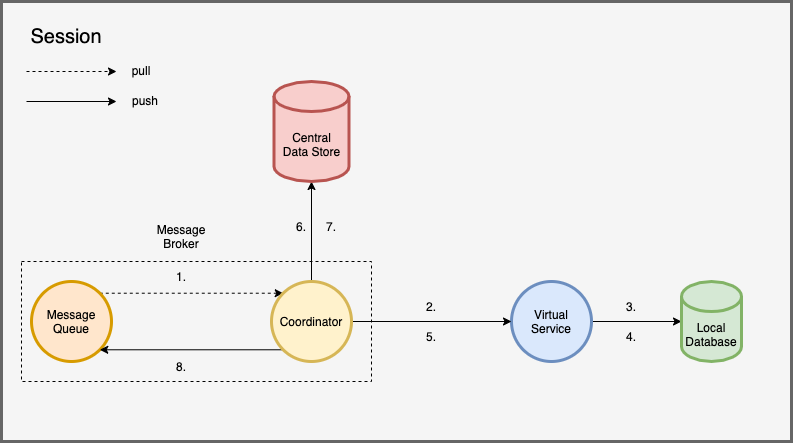
ccchrunik/hierasaga keeps this draw.io diagram as img/diagram-commit.drawio.png. Above is the earlier version. Source tidied: cells renumbered, new cells last; positions are measured from the earlier drawing's top-left corner, leaving out a move shared by most shapes.
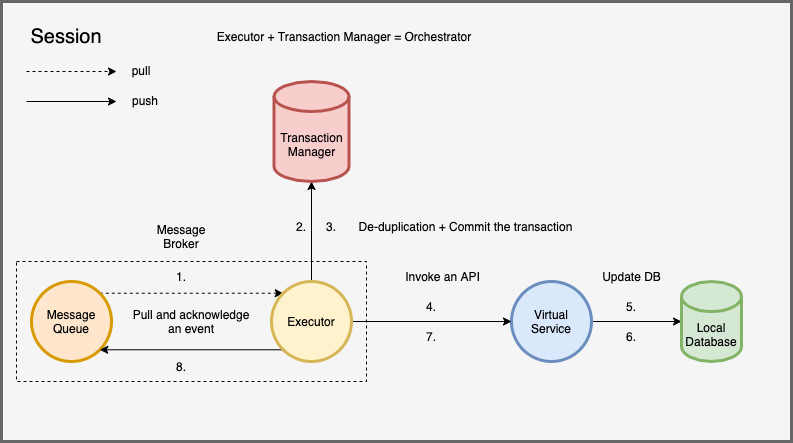
After the change.

The edit, as a diff of the source:
```diff
@@ -1,93 +1,108 @@
 <mxGraphModel>
   <root>
-    <mxCell id="0" />
-    <mxCell id="1" parent="0" />
+    <mxCell id="29" />
+    <mxCell id="30" parent="29" />
-    <mxCell id="2" style="rounded=0;whiteSpace=wrap;html=1;strokeWidth=3;fillColor=#f5f5f5;strokeColor=#666666;fontColor=#333333;" parent="1" vertex="1">
+    <mxCell id="2" style="rounded=0;whiteSpace=wrap;html=1;strokeWidth=3;fillColor=#f5f5f5;strokeColor=#666666;fontColor=#333333;" parent="30" vertex="1">
       <mxGeometry width="790" height="440" as="geometry" />
     </mxCell>
-    <mxCell id="3" style="edgeStyle=none;rounded=0;jettySize=auto;html=1;exitX=1;exitY=0;exitDx=0;exitDy=0;entryX=0;entryY=0;entryDx=0;entryDy=0;startArrow=none;startFill=0;dashed=1;" parent="1" edge="1" source="4" target="10">
-      <mxGeometry relative="1" as="geometry" />
-    </mxCell>
+    <mxCell id="31" style="edgeStyle=none;rounded=0;jettySize=auto;html=1;exitX=1;exitY=0;exitDx=0;exitDy=0;entryX=0;entryY=0;entryDx=0;entryDy=0;startArrow=none;startFill=0;dashed=1;" parent="30" edge="1" source="4" target="35">
+      <mxGeometry relative="1" as="geometry" />
+    </mxCell>
-    <mxCell id="4" value="Message&lt;br&gt;Queue" style="ellipse;whiteSpace=wrap;html=1;strokeWidth=3;fillColor=#ffe6cc;strokeColor=#d79b00;" parent="1" vertex="1">
+    <mxCell id="4" value="Message&lt;br&gt;Queue" style="ellipse;whiteSpace=wrap;html=1;strokeWidth=3;fillColor=#ffe6cc;strokeColor=#d79b00;" parent="30" vertex="1">
       <mxGeometry x="30" y="280" width="80" height="80" as="geometry" />
     </mxCell>
-    <mxCell id="5" style="edgeStyle=none;rounded=0;jettySize=auto;html=1;exitX=1;exitY=0.5;exitDx=0;exitDy=0;entryX=0;entryY=0.5;entryDx=0;entryDy=0;entryPerimeter=0;startArrow=none;startFill=0;" parent="1" edge="1" source="6" target="12">
+    <mxCell id="5" style="edgeStyle=none;rounded=0;jettySize=auto;html=1;exitX=1;exitY=0.5;exitDx=0;exitDy=0;entryX=0;entryY=0.5;entryDx=0;entryDy=0;entryPerimeter=0;startArrow=none;startFill=0;" parent="30" edge="1" source="6" target="12">
       <mxGeometry relative="1" as="geometry" />
     </mxCell>
-    <mxCell id="6" value="Virtual&lt;br&gt;Service" style="ellipse;whiteSpace=wrap;html=1;strokeWidth=3;fillColor=#dae8fc;strokeColor=#6c8ebf;" parent="1" vertex="1">
+    <mxCell id="6" value="Virtual&lt;br&gt;Service" style="ellipse;whiteSpace=wrap;html=1;strokeWidth=3;fillColor=#dae8fc;strokeColor=#6c8ebf;" parent="30" vertex="1">
       <mxGeometry x="510" y="280" width="80" height="80" as="geometry" />
     </mxCell>
-    <mxCell id="7" style="edgeStyle=none;rounded=0;jettySize=auto;html=1;exitX=0.5;exitY=0;exitDx=0;exitDy=0;entryX=0.5;entryY=1;entryDx=0;entryDy=0;entryPerimeter=0;startArrow=none;startFill=0;" parent="1" edge="1" source="10" target="11">
-      <mxGeometry relative="1" as="geometry" />
-    </mxCell>
-    <mxCell id="8" style="edgeStyle=none;rounded=0;jettySize=auto;html=1;exitX=1;exitY=0.5;exitDx=0;exitDy=0;entryX=0;entryY=0.5;entryDx=0;entryDy=0;startArrow=none;startFill=0;" parent="1" edge="1" source="10" target="6">
-      <mxGeometry relative="1" as="geometry" />
-    </mxCell>
-    <mxCell id="9" style="edgeStyle=none;rounded=0;jettySize=auto;html=1;exitX=0;exitY=1;exitDx=0;exitDy=0;entryX=1;entryY=1;entryDx=0;entryDy=0;startArrow=none;startFill=0;" parent="1" edge="1" source="10" target="4">
-      <mxGeometry relative="1" as="geometry" />
-    </mxCell>
-    <mxCell id="10" value="Coordinator" style="ellipse;whiteSpace=wrap;html=1;strokeWidth=3;fillColor=#fff2cc;strokeColor=#d6b656;" parent="1" vertex="1">
-      <mxGeometry x="270" y="280" width="80" height="80" as="geometry" />
-    </mxCell>
-    <mxCell id="11" value="Central&lt;br&gt;Data Store" style="shape=cylinder3;whiteSpace=wrap;html=1;boundedLbl=1;backgroundOutline=1;size=15;strokeWidth=3;fillColor=#f8cecc;strokeColor=#b85450;" parent="1" vertex="1">
-      <mxGeometry x="272.5" y="80" width="75" height="100" as="geometry" />
-    </mxCell>
+    <mxCell id="32" style="edgeStyle=none;rounded=0;jettySize=auto;html=1;exitX=0.5;exitY=0;exitDx=0;exitDy=0;entryX=0.5;entryY=1;entryDx=0;entryDy=0;entryPerimeter=0;startArrow=none;startFill=0;" parent="30" edge="1" source="35" target="36">
+      <mxGeometry relative="1" as="geometry" />
+    </mxCell>
+    <mxCell id="33" style="edgeStyle=none;rounded=0;jettySize=auto;html=1;exitX=1;exitY=0.5;exitDx=0;exitDy=0;entryX=0;entryY=0.5;entryDx=0;entryDy=0;startArrow=none;startFill=0;" parent="30" edge="1" source="35" target="6">
+      <mxGeometry relative="1" as="geometry" />
+    </mxCell>
+    <mxCell id="34" style="edgeStyle=none;rounded=0;jettySize=auto;html=1;exitX=0;exitY=1;exitDx=0;exitDy=0;entryX=1;entryY=1;entryDx=0;entryDy=0;startArrow=none;startFill=0;" parent="30" edge="1" source="35" target="4">
+      <mxGeometry relative="1" as="geometry" />
+    </mxCell>
+    <mxCell id="35" value="Executor" style="ellipse;whiteSpace=wrap;html=1;strokeWidth=3;fillColor=#fff2cc;strokeColor=#d6b656;" parent="30" vertex="1">
+      <mxGeometry x="270" y="280" width="80" height="80" as="geometry" />
+    </mxCell>
+    <mxCell id="36" value="Transaction&lt;br&gt;Manager" style="shape=cylinder3;whiteSpace=wrap;html=1;boundedLbl=1;backgroundOutline=1;size=15;strokeWidth=3;fillColor=#f8cecc;strokeColor=#b85450;" parent="30" vertex="1">
+      <mxGeometry x="272.5" y="80" width="75" height="100" as="geometry" />
+    </mxCell>
-    <mxCell id="12" value="Local&lt;br&gt;Database" style="shape=cylinder3;whiteSpace=wrap;html=1;boundedLbl=1;backgroundOutline=1;size=15;strokeWidth=3;fillColor=#d5e8d4;strokeColor=#82b366;" parent="1" vertex="1">
+    <mxCell id="12" value="Local&lt;br&gt;Database" style="shape=cylinder3;whiteSpace=wrap;html=1;boundedLbl=1;backgroundOutline=1;size=15;strokeWidth=3;fillColor=#d5e8d4;strokeColor=#82b366;" parent="30" vertex="1">
       <mxGeometry x="680" y="280" width="60" height="80" as="geometry" />
     </mxCell>
-    <mxCell id="13" value="&lt;font style=&quot;font-size: 20px&quot;&gt;Session&lt;/font&gt;" style="text;html=1;strokeColor=none;fillColor=none;align=center;verticalAlign=middle;whiteSpace=wrap;rounded=0;" parent="1" vertex="1">
+    <mxCell id="13" value="&lt;font style=&quot;font-size: 20px&quot;&gt;Session&lt;/font&gt;" style="text;html=1;strokeColor=none;fillColor=none;align=center;verticalAlign=middle;whiteSpace=wrap;rounded=0;" parent="30" vertex="1">
       <mxGeometry x="20" y="20" width="90" height="30" as="geometry" />
     </mxCell>
-    <mxCell id="14" value="1." style="text;html=1;strokeColor=none;fillColor=none;align=center;verticalAlign=middle;whiteSpace=wrap;rounded=0;" parent="1" vertex="1">
+    <mxCell id="14" value="1." style="text;html=1;strokeColor=none;fillColor=none;align=center;verticalAlign=middle;whiteSpace=wrap;rounded=0;" parent="30" vertex="1">
       <mxGeometry x="150" y="260" width="60" height="30" as="geometry" />
     </mxCell>
-    <mxCell id="15" value="6." style="text;html=1;strokeColor=none;fillColor=none;align=center;verticalAlign=middle;whiteSpace=wrap;rounded=0;" parent="1" vertex="1">
-      <mxGeometry x="270" y="210" width="60" height="30" as="geometry" />
-    </mxCell>
+    <mxCell id="21" value="2." style="text;html=1;strokeColor=none;fillColor=none;align=center;verticalAlign=middle;whiteSpace=wrap;rounded=0;" parent="30" vertex="1">
+      <mxGeometry x="270" y="210" width="60" height="30" as="geometry" />
+    </mxCell>
-    <mxCell id="16" style="group;" parent="1" vertex="1">
+    <mxCell id="16" style="group;" parent="30" vertex="1">
       <mxGeometry x="25" y="54" width="159" height="60" as="geometry" />
     </mxCell>
-    <mxCell id="17" style="edgeStyle=none;rounded=0;orthogonalLoop=1;jettySize=auto;html=1;entryX=0;entryY=0.5;entryDx=0;entryDy=0;dashed=1;startArrow=none;startFill=0;" parent="16" edge="1">
-      <mxGeometry as="geometry">
-        <mxPoint y="16" as="sourcePoint" />
-        <mxPoint x="90" y="16" as="targetPoint" />
-      </mxGeometry>
-    </mxCell>
-    <mxCell id="18" style="edgeStyle=none;rounded=0;orthogonalLoop=1;jettySize=auto;html=1;entryX=0;entryY=0.5;entryDx=0;entryDy=0;startArrow=none;startFill=0;" parent="16" edge="1">
-      <mxGeometry as="geometry">
-        <mxPoint y="46" as="sourcePoint" />
-        <mxPoint x="90" y="46" as="targetPoint" />
-      </mxGeometry>
-    </mxCell>
+    <mxCell id="37" style="edgeStyle=none;rounded=0;orthogonalLoop=1;jettySize=auto;html=1;entryX=0;entryY=0.5;entryDx=0;entryDy=0;dashed=1;startArrow=none;startFill=0;" parent="16" edge="1">
+      <mxGeometry as="geometry">
+        <mxPoint y="16" as="sourcePoint" />
+        <mxPoint x="90" y="16" as="targetPoint" />
+      </mxGeometry>
+    </mxCell>
+    <mxCell id="38" style="edgeStyle=none;rounded=0;orthogonalLoop=1;jettySize=auto;html=1;entryX=0;entryY=0.5;entryDx=0;entryDy=0;startArrow=none;startFill=0;" parent="16" edge="1">
+      <mxGeometry as="geometry">
+        <mxPoint y="46" as="sourcePoint" />
+        <mxPoint x="90" y="46" as="targetPoint" />
+      </mxGeometry>
+    </mxCell>
     <mxCell id="19" value="pull" style="text;html=1;strokeColor=none;fillColor=none;align=center;verticalAlign=middle;whiteSpace=wrap;rounded=0;" parent="16" vertex="1">
       <mxGeometry x="75" width="80" height="30" as="geometry" />
     </mxCell>
     <mxCell id="20" value="push" style="text;html=1;strokeColor=none;fillColor=none;align=center;verticalAlign=middle;whiteSpace=wrap;rounded=0;" parent="16" vertex="1">
       <mxGeometry x="79" y="30" width="80" height="30" as="geometry" />
     </mxCell>
-    <mxCell id="21" value="2." style="text;html=1;strokeColor=none;fillColor=none;align=center;verticalAlign=middle;whiteSpace=wrap;rounded=0;" parent="1" vertex="1">
-      <mxGeometry x="400" y="290" width="60" height="30" as="geometry" />
-    </mxCell>
-    <mxCell id="22" value="3." style="text;html=1;strokeColor=none;fillColor=none;align=center;verticalAlign=middle;whiteSpace=wrap;rounded=0;" parent="1" vertex="1">
-      <mxGeometry x="600" y="290" width="60" height="30" as="geometry" />
-    </mxCell>
+    <mxCell id="28" value="4." style="text;html=1;strokeColor=none;fillColor=none;align=center;verticalAlign=middle;whiteSpace=wrap;rounded=0;" parent="30" vertex="1">
+      <mxGeometry x="400" y="290" width="60" height="30" as="geometry" />
+    </mxCell>
-    <mxCell id="23" value="5." style="text;html=1;strokeColor=none;fillColor=none;align=center;verticalAlign=middle;whiteSpace=wrap;rounded=0;" parent="1" vertex="1">
-      <mxGeometry x="400" y="320" width="60" height="30" as="geometry" />
+    <mxCell id="23" value="5." style="text;html=1;strokeColor=none;fillColor=none;align=center;verticalAlign=middle;whiteSpace=wrap;rounded=0;" parent="30" vertex="1">
+      <mxGeometry x="600" y="290" width="60" height="30" as="geometry" />
     </mxCell>
-    <mxCell id="24" style="rounded=0;whiteSpace=wrap;html=1;strokeWidth=1;fillColor=none;dashed=1;" parent="1" vertex="1">
-      <mxGeometry x="20" y="260" width="350" height="120" as="geometry" />
-    </mxCell>
+    <mxCell id="27" value="7." style="text;html=1;strokeColor=none;fillColor=none;align=center;verticalAlign=middle;whiteSpace=wrap;rounded=0;" parent="30" vertex="1">
+      <mxGeometry x="400" y="320" width="60" height="30" as="geometry" />
+    </mxCell>
+    <mxCell id="39" style="rounded=0;whiteSpace=wrap;html=1;strokeWidth=1;fillColor=none;dashed=1;" parent="30" vertex="1">
+      <mxGeometry x="15" y="260" width="350" height="120" as="geometry" />
+    </mxCell>
-    <mxCell id="25" value="Message&lt;br&gt;Broker" style="text;html=1;strokeColor=none;fillColor=none;align=center;verticalAlign=middle;whiteSpace=wrap;rounded=0;" parent="1" vertex="1">
+    <mxCell id="25" value="Message&lt;br&gt;Broker" style="text;html=1;strokeColor=none;fillColor=none;align=center;verticalAlign=middle;whiteSpace=wrap;rounded=0;" parent="30" vertex="1">
       <mxGeometry x="150" y="220" width="60" height="30" as="geometry" />
     </mxCell>
-    <mxCell id="26" value="8." style="text;html=1;strokeColor=none;fillColor=none;align=center;verticalAlign=middle;whiteSpace=wrap;rounded=0;" parent="1" vertex="1">
+    <mxCell id="26" value="8." style="text;html=1;strokeColor=none;fillColor=none;align=center;verticalAlign=middle;whiteSpace=wrap;rounded=0;" parent="30" vertex="1">
       <mxGeometry x="150" y="350" width="60" height="30" as="geometry" />
     </mxCell>
-    <mxCell id="27" value="7." style="text;html=1;strokeColor=none;fillColor=none;align=center;verticalAlign=middle;whiteSpace=wrap;rounded=0;" parent="1" vertex="1">
-      <mxGeometry x="300" y="210" width="60" height="30" as="geometry" />
-    </mxCell>
-    <mxCell id="28" value="4." style="text;html=1;strokeColor=none;fillColor=none;align=center;verticalAlign=middle;whiteSpace=wrap;rounded=0;" parent="1" vertex="1">
-      <mxGeometry x="600" y="320" width="60" height="30" as="geometry" />
-    </mxCell>
+    <mxCell id="22" value="3." style="text;html=1;strokeColor=none;fillColor=none;align=center;verticalAlign=middle;whiteSpace=wrap;rounded=0;" parent="30" vertex="1">
+      <mxGeometry x="300" y="210" width="60" height="30" as="geometry" />
+    </mxCell>
+    <mxCell id="15" value="6." style="text;html=1;strokeColor=none;fillColor=none;align=center;verticalAlign=middle;whiteSpace=wrap;rounded=0;" parent="30" vertex="1">
+      <mxGeometry x="600" y="320" width="60" height="30" as="geometry" />
+    </mxCell>
+    <mxCell id="40" value="De-duplication + Commit the transaction" style="text;html=1;strokeColor=none;fillColor=none;align=center;verticalAlign=middle;whiteSpace=wrap;rounded=0;opacity=50;" parent="30" vertex="1">
+      <mxGeometry x="347.5" y="210" width="232.5" height="30" as="geometry" />
+    </mxCell>
+    <mxCell id="41" value="Pull and acknowledge an event" style="text;html=1;strokeColor=none;fillColor=none;align=center;verticalAlign=middle;whiteSpace=wrap;rounded=0;opacity=70;" parent="30" vertex="1">
+      <mxGeometry x="130" y="305" width="120" height="30" as="geometry" />
+    </mxCell>
+    <mxCell id="42" value="Invoke an API" style="text;html=1;strokeColor=none;fillColor=none;align=center;verticalAlign=middle;whiteSpace=wrap;rounded=0;opacity=50;" parent="30" vertex="1">
+      <mxGeometry x="390" y="260" width="102.5" height="30" as="geometry" />
+    </mxCell>
+    <mxCell id="43" value="Update DB" style="text;html=1;strokeColor=none;fillColor=none;align=center;verticalAlign=middle;whiteSpace=wrap;rounded=0;opacity=50;" parent="30" vertex="1">
+      <mxGeometry x="578.8" y="260" width="102.5" height="30" as="geometry" />
+    </mxCell>
+    <mxCell id="44" value="Executor + Transaction Manager = Orchestrator" style="text;html=1;strokeColor=none;fillColor=none;align=center;verticalAlign=middle;whiteSpace=wrap;rounded=0;opacity=70;" parent="30" vertex="1">
+      <mxGeometry x="207.5" y="20" width="270" height="30" as="geometry" />
+    </mxCell>
   </root>
 </mxGraphModel>
```
